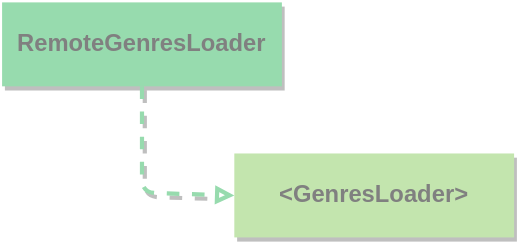
Above: Podcasts Genres List/Genres List UI/dependency.drawio.svg in alexnikol/AnyCast (draw.io), before the change. Source tidied: cells renumbered, new cells last; positions are measured from the earlier drawing's top-left corner, leaving out a move shared by most shapes.
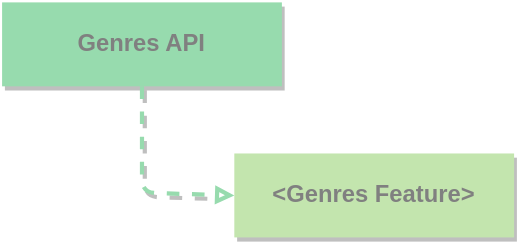
After the commit.

Commit message:
improved diagram naming

Diff of the diagram source:
```diff
@@ -17,10 +17,10 @@
         <mxPoint x="70" y="150" as="targetPoint" />
       </mxGeometry>
     </mxCell>
-    <mxCell id="5" value="&amp;lt;GenresLoader&amp;gt;" style="rounded=0;whiteSpace=wrap;html=1;fontSize=17;fontColor=#808080;strokeColor=none;strokeWidth=3;fillColor=#C3E5AE;fontStyle=1;gradientColor=none;shadow=1;" parent="1" vertex="1">
+    <mxCell id="5" value="&amp;lt;Genres Feature&amp;gt;" style="rounded=0;whiteSpace=wrap;html=1;fontSize=17;fontColor=#808080;strokeColor=none;strokeWidth=3;fillColor=#C3E5AE;fontStyle=1;gradientColor=none;shadow=1;" parent="1" vertex="1">
       <mxGeometry x="186" y="108" width="200" height="60" as="geometry" />
     </mxCell>
-    <mxCell id="6" value="RemoteGenresLoader" style="rounded=0;whiteSpace=wrap;html=1;fontSize=17;fontColor=#808080;strokeColor=none;strokeWidth=3;fillColor=#97DBAE;fontStyle=1;gradientColor=none;shadow=1;" parent="1" vertex="1">
+    <mxCell id="6" value="Genres API" style="rounded=0;whiteSpace=wrap;html=1;fontSize=17;fontColor=#808080;strokeColor=none;strokeWidth=3;fillColor=#97DBAE;fontStyle=1;gradientColor=none;shadow=1;" parent="1" vertex="1">
       <mxGeometry x="20" width="200" height="60" as="geometry" />
     </mxCell>
     <mxCell id="7" style="edgeStyle=none;html=1;exitX=0.5;exitY=1;exitDx=0;exitDy=0;fontSize=17;fontColor=#999900;strokeColor=#97DBAE;fillColor=#a20025;strokeWidth=3;rounded=1;dashed=1;shadow=1;entryX=0;entryY=0.5;entryDx=0;entryDy=0;endArrow=block;endFill=0;" parent="1" edge="1" source="6" target="5">
```
